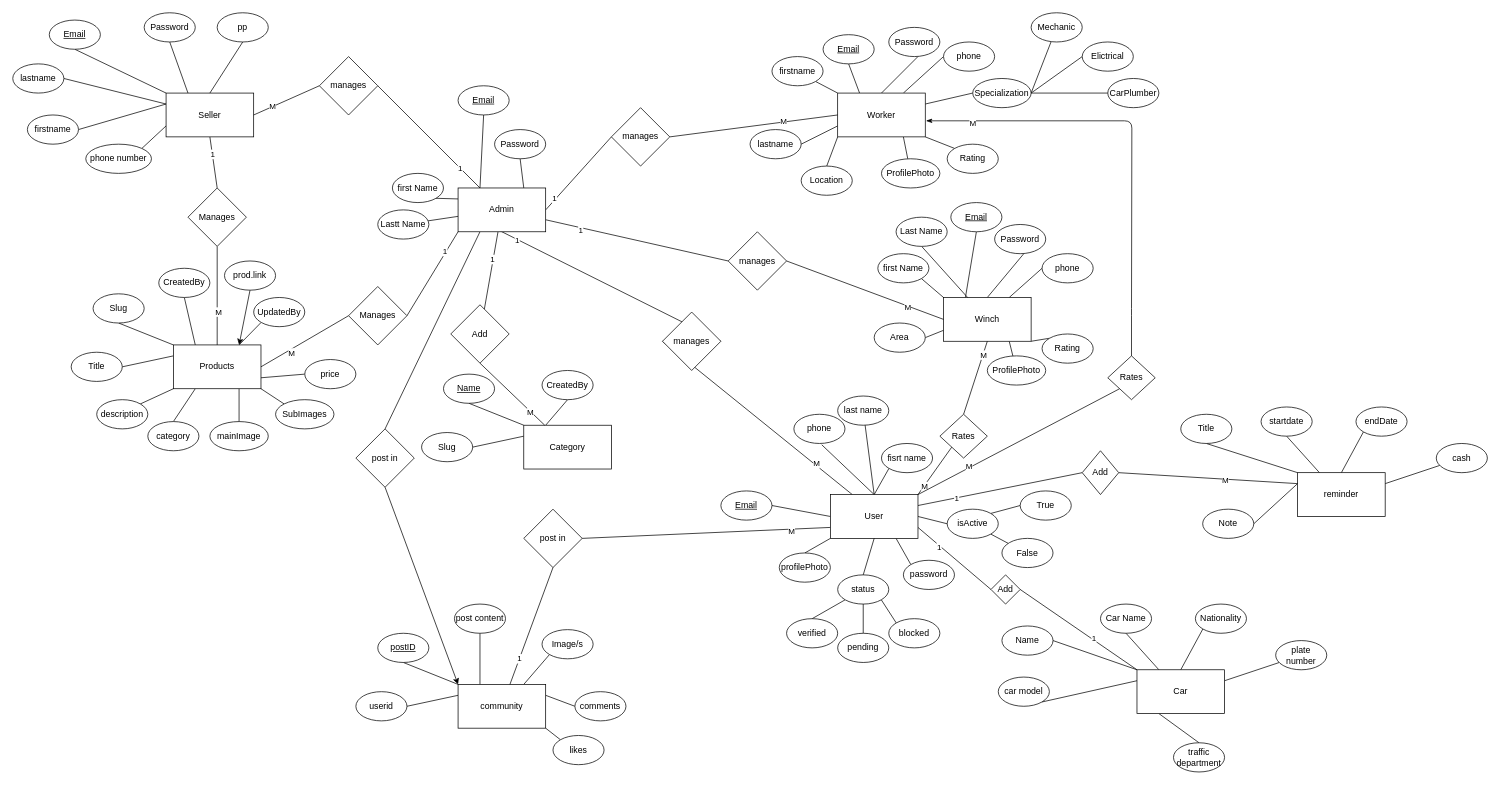
Before: ERD1.drawio in wello88/carMate-backend, a draw.io diagram. Source tidied: cells renumbered, new cells numbered last; positions are measured from the earlier drawing's top-left corner, leaving out a move shared by most shapes. Both pictures are drawn from the tidied source at 73%, with x=0, y=0 at pixel (12, 12).
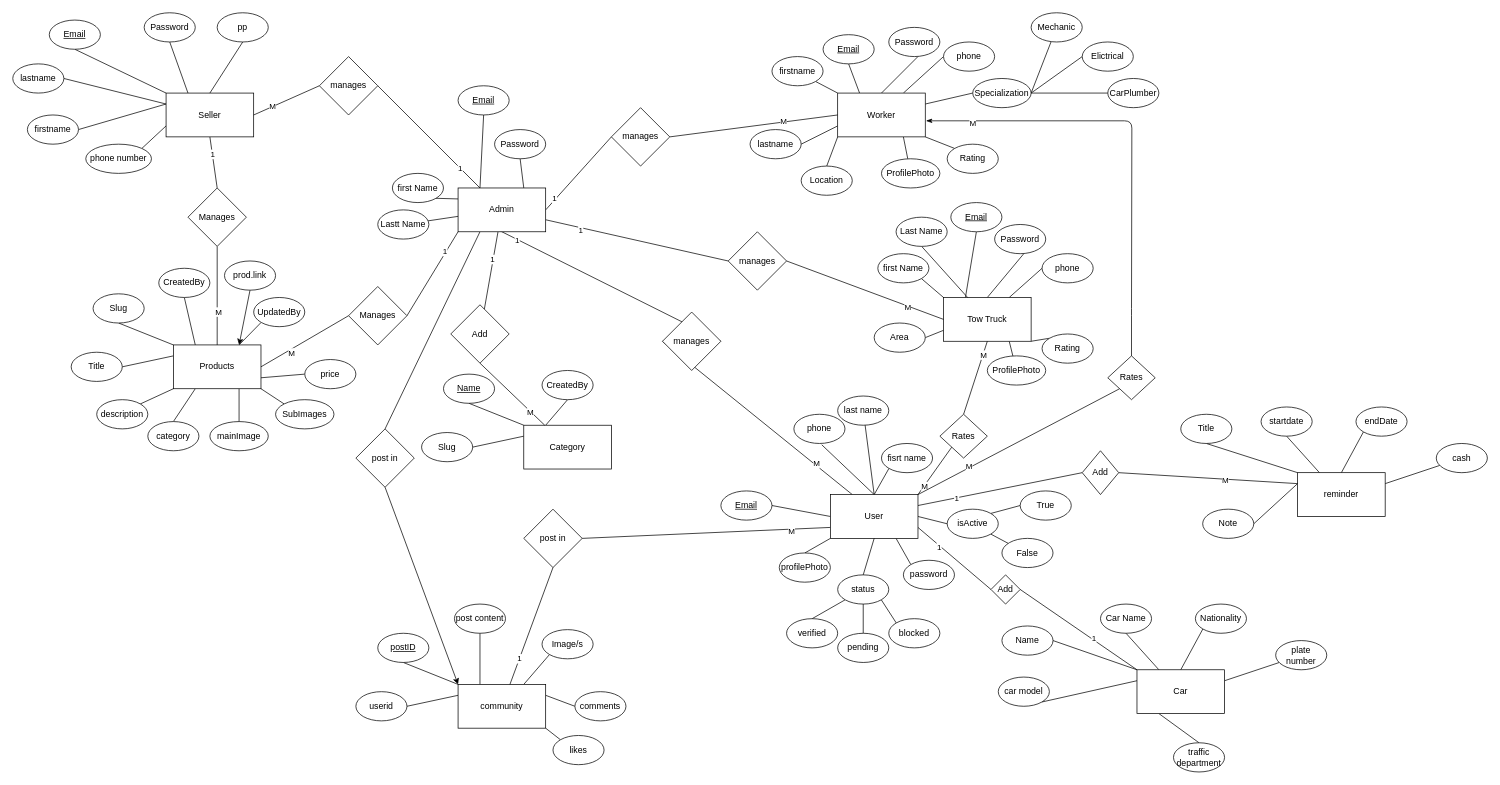
The same diagram, later.

The edit, as a diff of the source:
```diff
@@
-    <mxCell id="89" value="Winch" style="rounded=0;whiteSpace=wrap;html=1;" parent="1" vertex="1">
+    <mxCell id="89" value="Tow Truck" style="rounded=0;whiteSpace=wrap;html=1;" parent="1" vertex="1">
       <mxGeometry x="1275" y="390" width="120" height="60" as="geometry" />
     </mxCell>
```
